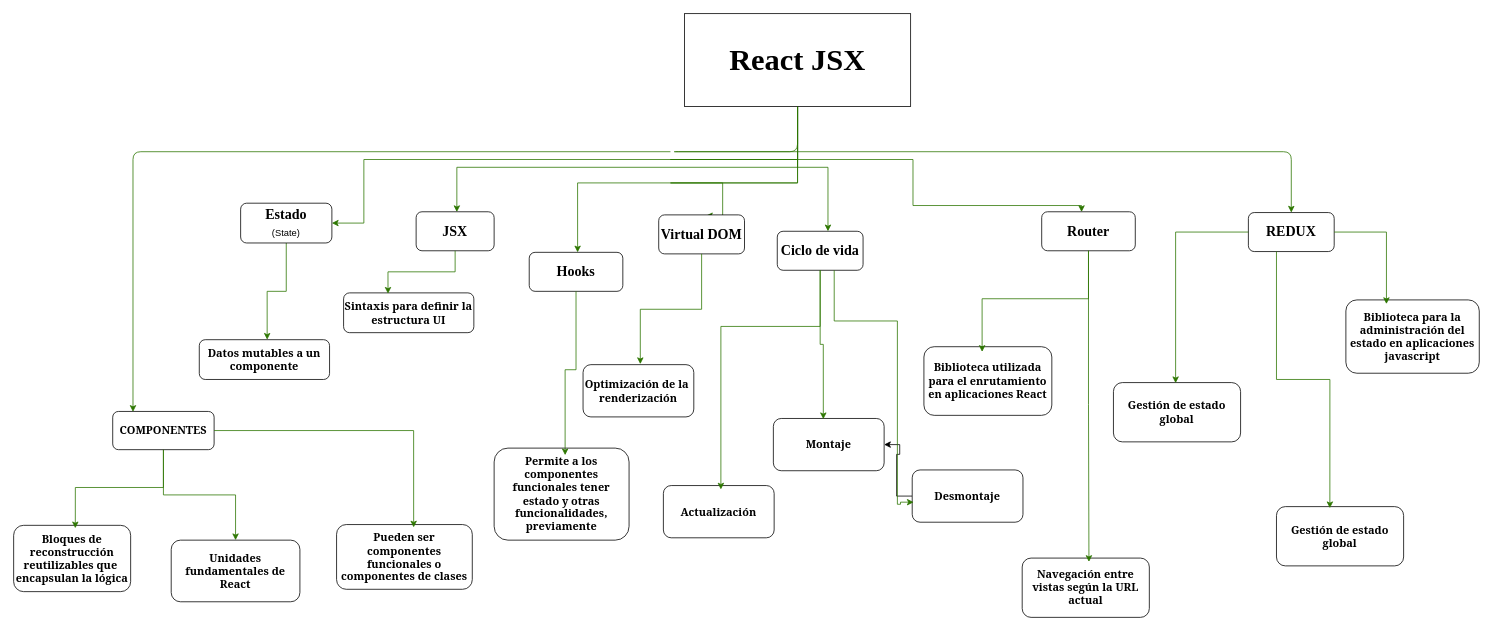
This is Mapa mental sobre Hitos del conflicto armado en Colombia en los últimos 50 años..drawio from Javierprada/Mapa-mental---Conflicto-armado-en-Colombia-ltimos-50-a-os-, a draw.io file, before an edit. Source tidied: cells renumbered, new cells numbered last; positions are measured from the earlier drawing's top-left corner, leaving out a move shared by most shapes. Both pictures are drawn from the tidied source at 78%, with x=0, y=0 at pixel (13, 13).
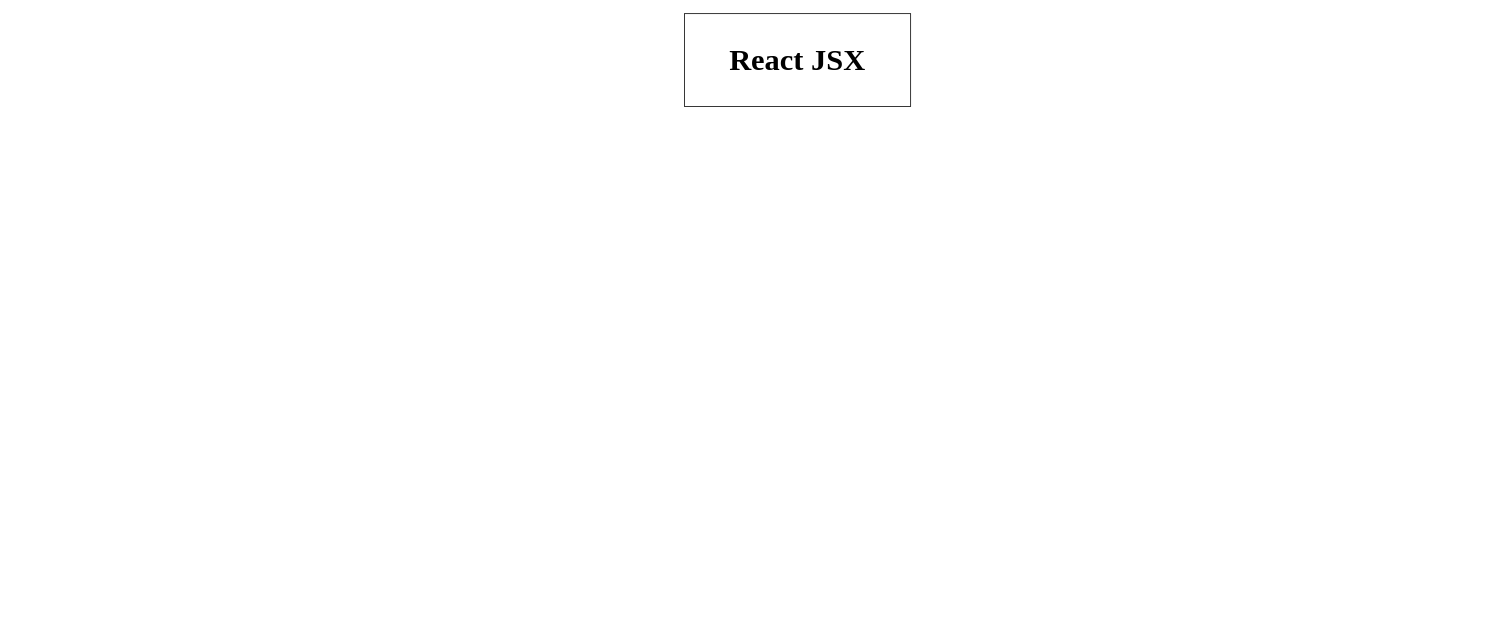
Above is the later version.

Commit message:
Mapa mental / HUMANIDADES.drawio

The change refers to these unchanged cells:
```xml
<mxCell id="11" value="&lt;h2&gt;&lt;font face=&quot;Times New Roman&quot; style=&quot;vertical-align: inherit; color: light-dark(rgb(0, 0, 0), rgb(0, 204, 0)); font-size: 39px;&quot;&gt;React JSX&lt;/font&gt;&lt;/h2&gt;" style="rounded=0;whiteSpace=wrap;html=1;labelBackgroundColor=none;" parent="1" vertex="1">
  <mxGeometry x="860" width="290" height="119" as="geometry" />
</mxCell>
```

What changed in the source:
```diff
@@
-    <mxCell id="2" style="edgeStyle=orthogonalEdgeStyle;rounded=0;jettySize=auto;html=1;fillColor=#60a917;strokeColor=#2D7600;" parent="1" edge="1" source="3" target="21">
-      <mxGeometry relative="1" as="geometry" />
-    </mxCell>
-    <mxCell id="3" value="&lt;h3&gt;&lt;font face=&quot;Georgia&quot; style=&quot;vertical-align: inherit; color: light-dark(rgb(0, 0, 0), rgb(204, 204, 0));&quot;&gt;COMPONENTES&lt;/font&gt;&lt;/h3&gt;" style="rounded=1;whiteSpace=wrap;html=1;labelBackgroundColor=none;" parent="1" vertex="1">
-      <mxGeometry x="127" y="510" width="130" height="49" as="geometry" />
-    </mxCell>
-    <mxCell id="4" style="edgeStyle=orthogonalEdgeStyle;rounded=1;orthogonalLoop=1;jettySize=auto;html=1;fontColor=default;labelBackgroundColor=none;fillColor=#60a917;strokeColor=#2D7600;curved=0;" parent="1" edge="1">
-      <mxGeometry relative="1" as="geometry">
-        <mxPoint x="842" y="177" as="sourcePoint" />
-        <mxPoint x="153" y="510.5" as="targetPoint" />
-        <Array as="points">
-          <mxPoint x="153" y="177" />
-        </Array>
-      </mxGeometry>
-    </mxCell>
-    <mxCell id="5" style="edgeStyle=orthogonalEdgeStyle;rounded=0;jettySize=auto;html=1;fontColor=default;labelBackgroundColor=none;fillColor=#60a917;strokeColor=#2D7600;" parent="1" edge="1" source="11" target="14">
-      <mxGeometry relative="1" as="geometry">
-        <Array as="points">
-          <mxPoint x="1005" y="187" />
-          <mxPoint x="449" y="187" />
-        </Array>
-      </mxGeometry>
-    </mxCell>
-    <mxCell id="6" style="edgeStyle=orthogonalEdgeStyle;rounded=0;jettySize=auto;html=1;fontColor=default;labelBackgroundColor=none;fillColor=#60a917;strokeColor=#2D7600;entryX=0.522;entryY=0.007;entryDx=0;entryDy=0;entryPerimeter=0;" parent="1" edge="1" source="11" target="12">
-      <mxGeometry relative="1" as="geometry">
-        <Array as="points">
-          <mxPoint x="1005" y="197" />
-          <mxPoint x="568" y="197" />
-        </Array>
-      </mxGeometry>
-    </mxCell>
-    <mxCell id="7" style="edgeStyle=orthogonalEdgeStyle;rounded=0;jettySize=auto;html=1;fontColor=default;labelBackgroundColor=none;fillColor=#60a917;strokeColor=#2D7600;entryX=0.517;entryY=0;entryDx=0;entryDy=0;entryPerimeter=0;" parent="1" edge="1" source="11" target="17">
-      <mxGeometry relative="1" as="geometry">
-        <Array as="points">
-          <mxPoint x="842" y="217" />
-          <mxPoint x="724" y="217" />
-        </Array>
-      </mxGeometry>
-    </mxCell>
-    <mxCell id="8" style="edgeStyle=orthogonalEdgeStyle;rounded=1;jettySize=auto;html=1;fontColor=default;labelBackgroundColor=none;fillColor=#60a917;strokeColor=#2D7600;curved=0;" parent="1" edge="1" source="11" target="19">
-      <mxGeometry relative="1" as="geometry">
-        <Array as="points">
-          <mxPoint x="842" y="177" />
-          <mxPoint x="1728" y="177" />
-        </Array>
-      </mxGeometry>
-    </mxCell>
-    <mxCell id="9" style="edgeStyle=orthogonalEdgeStyle;rounded=0;jettySize=auto;html=1;fontColor=default;labelBackgroundColor=none;fillColor=#60a917;strokeColor=#2D7600;entryX=0.426;entryY=0.006;entryDx=0;entryDy=0;entryPerimeter=0;" parent="1" edge="1" source="11" target="18">
-      <mxGeometry relative="1" as="geometry">
-        <Array as="points">
-          <mxPoint x="842" y="187" />
-          <mxPoint x="1153" y="187" />
-          <mxPoint x="1153" y="246" />
-          <mxPoint x="1380" y="246" />
-        </Array>
-      </mxGeometry>
-    </mxCell>
-    <mxCell id="10" style="edgeStyle=orthogonalEdgeStyle;rounded=0;jettySize=auto;html=1;fontColor=default;labelBackgroundColor=none;fillColor=#60a917;strokeColor=#2D7600;entryX=0.552;entryY=0.02;entryDx=0;entryDy=0;entryPerimeter=0;" parent="1" edge="1" source="11" target="16">
-      <mxGeometry relative="1" as="geometry">
-        <Array as="points">
-          <mxPoint x="842" y="217" />
-          <mxPoint x="909" y="217" />
-          <mxPoint x="909" y="227" />
-        </Array>
-      </mxGeometry>
-    </mxCell>
@@
-    <mxCell id="12" value="&lt;h2&gt;&lt;font face=&quot;Times New Roman&quot; style=&quot;vertical-align: inherit; color: light-dark(rgb(0, 0, 0), rgb(204, 204, 0));&quot;&gt;JSX&lt;/font&gt;&lt;/h2&gt;" style="rounded=1;whiteSpace=wrap;html=1;labelBackgroundColor=none;" parent="1" vertex="1">
-      <mxGeometry x="516" y="254" width="100" height="50" as="geometry" />
-    </mxCell>
-    <mxCell id="13" style="edgeStyle=orthogonalEdgeStyle;rounded=0;jettySize=auto;html=1;fillColor=#60a917;strokeColor=#2D7600;entryX=0.521;entryY=0;entryDx=0;entryDy=0;entryPerimeter=0;" parent="1" edge="1" source="14" target="24">
-      <mxGeometry relative="1" as="geometry" />
-    </mxCell>
-    <mxCell id="14" value="&lt;h2&gt;&lt;font style=&quot;vertical-align: inherit; color: light-dark(rgb(0, 0, 0), rgb(204, 204, 0));&quot;&gt;&lt;font face=&quot;Times New Roman&quot;&gt;Estado&lt;br&gt;&lt;/font&gt;&lt;/font&gt;&lt;span style=&quot;background-color: transparent; color: light-dark(rgb(0, 0, 0), rgb(204, 204, 0)); font-size: 12px; font-weight: normal;&quot;&gt;(State)&lt;/span&gt;&lt;/h2&gt;" style="rounded=1;whiteSpace=wrap;html=1;labelBackgroundColor=none;" parent="1" vertex="1">
-      <mxGeometry x="291" y="243" width="117" height="51" as="geometry" />
-    </mxCell>
-    <mxCell id="15" value="&lt;h2&gt;&lt;font face=&quot;Times New Roman&quot; style=&quot;vertical-align: inherit; color: light-dark(rgb(0, 0, 0), rgb(204, 204, 0));&quot;&gt;Ciclo de vida&lt;/font&gt;&lt;/h2&gt;" style="rounded=1;whiteSpace=wrap;html=1;labelBackgroundColor=none;" parent="1" vertex="1">
-      <mxGeometry x="979" y="279" width="110" height="50" as="geometry" />
-    </mxCell>
-    <mxCell id="16" value="&lt;h2&gt;&lt;font face=&quot;Times New Roman&quot; style=&quot;color: light-dark(rgb(0, 0, 0), rgb(204, 204, 0));&quot;&gt;Virtual DOM&lt;/font&gt;&lt;/h2&gt;" style="rounded=1;whiteSpace=wrap;html=1;labelBackgroundColor=none;" parent="1" vertex="1">
-      <mxGeometry x="827" y="258" width="110" height="50" as="geometry" />
-    </mxCell>
-    <mxCell id="17" value="&lt;h2&gt;&lt;font face=&quot;Times New Roman&quot; style=&quot;color: light-dark(rgb(0, 0, 0), rgb(204, 204, 0));&quot;&gt;Hooks&lt;/font&gt;&lt;/h2&gt;" style="rounded=1;whiteSpace=wrap;html=1;labelBackgroundColor=none;" parent="1" vertex="1">
-      <mxGeometry x="661" y="306" width="120" height="50" as="geometry" />
-    </mxCell>
-    <mxCell id="18" value="&lt;h2&gt;&lt;font face=&quot;Times New Roman&quot;&gt;&lt;font style=&quot;color: light-dark(rgb(0, 0, 0), rgb(204, 204, 0));&quot;&gt;Router&lt;/font&gt;&lt;/font&gt;&lt;br&gt;&lt;/h2&gt;" style="rounded=1;whiteSpace=wrap;html=1;labelBackgroundColor=none;" parent="1" vertex="1">
-      <mxGeometry x="1318" y="254" width="120" height="50" as="geometry" />
-    </mxCell>
-    <mxCell id="19" value="&lt;h2&gt;&lt;font face=&quot;Times New Roman&quot; style=&quot;color: light-dark(rgb(0, 0, 0), rgb(204, 204, 0));&quot;&gt;REDUX&lt;/font&gt;&lt;/h2&gt;" style="rounded=1;whiteSpace=wrap;html=1;labelBackgroundColor=none;" parent="1" vertex="1">
-      <mxGeometry x="1583" y="255" width="110" height="50" as="geometry" />
-    </mxCell>
-    <mxCell id="20" value="&lt;font face=&quot;Georgia&quot; style=&quot;color: light-dark(rgb(0, 0, 0), rgb(0, 255, 255)); font-size: 14px;&quot;&gt;&lt;b&gt;Optimización de la&amp;nbsp;&lt;br&gt;renderización&lt;/b&gt;&lt;/font&gt;" style="rounded=1;whiteSpace=wrap;html=1;labelBackgroundColor=none;" parent="1" vertex="1">
-      <mxGeometry x="730" y="450" width="142" height="67" as="geometry" />
-    </mxCell>
-    <mxCell id="21" value="&lt;h3&gt;&lt;font style=&quot;color: light-dark(rgb(0, 0, 0), rgb(0, 255, 255));&quot; face=&quot;Georgia&quot;&gt;Unidades fundamentales de React&lt;/font&gt;&lt;/h3&gt;" style="rounded=1;whiteSpace=wrap;html=1;labelBackgroundColor=none;" parent="1" vertex="1">
-      <mxGeometry x="202" y="675" width="165" height="79" as="geometry" />
-    </mxCell>
-    <mxCell id="22" value="&lt;h3&gt;&lt;font style=&quot;color: light-dark(rgb(0, 0, 0), rgb(0, 255, 255));&quot; face=&quot;Georgia&quot;&gt;Bloques de reconstrucción reutilizables que&amp;nbsp;&lt;br&gt;encapsulan la lógica&lt;/font&gt;&lt;/h3&gt;" style="rounded=1;whiteSpace=wrap;html=1;labelBackgroundColor=none;" parent="1" vertex="1">
-      <mxGeometry y="656" width="150" height="85" as="geometry" />
-    </mxCell>
-    <mxCell id="23" value="&lt;h3&gt;&lt;font style=&quot;color: light-dark(rgb(0, 0, 0), rgb(0, 255, 255));&quot; face=&quot;Georgia&quot;&gt;Pueden ser componentes funcionales o componentes de clases&lt;/font&gt;&lt;/h3&gt;" style="rounded=1;whiteSpace=wrap;html=1;labelBackgroundColor=none;" parent="1" vertex="1">
-      <mxGeometry x="414" y="655" width="174" height="83" as="geometry" />
-    </mxCell>
-    <mxCell id="24" value="&lt;h3&gt;&lt;font style=&quot;color: light-dark(rgb(0, 0, 0), rgb(0, 255, 255));&quot; face=&quot;Georgia&quot;&gt;Datos mutables a un componente&lt;/font&gt;&lt;/h3&gt;" style="rounded=1;whiteSpace=wrap;html=1;labelBackgroundColor=none;" parent="1" vertex="1">
-      <mxGeometry x="238" y="418" width="167" height="51" as="geometry" />
-    </mxCell>
-    <mxCell id="25" value="&lt;h3&gt;&lt;font style=&quot;color: light-dark(rgb(0, 0, 0), rgb(0, 255, 255));&quot; face=&quot;Georgia&quot;&gt;Sintaxis para definir la estructura UI&lt;/font&gt;&lt;/h3&gt;" style="rounded=1;whiteSpace=wrap;html=1;labelBackgroundColor=none;" parent="1" vertex="1">
-      <mxGeometry x="423" y="358" width="167" height="51" as="geometry" />
-    </mxCell>
-    <mxCell id="26" style="edgeStyle=orthogonalEdgeStyle;rounded=0;jettySize=auto;html=1;entryX=0.341;entryY=0.02;entryDx=0;entryDy=0;entryPerimeter=0;fillColor=#60a917;strokeColor=#2D7600;" parent="1" edge="1" source="12" target="25">
-      <mxGeometry relative="1" as="geometry" />
-    </mxCell>
-    <mxCell id="27" style="edgeStyle=orthogonalEdgeStyle;rounded=0;jettySize=auto;html=1;entryX=0.517;entryY=-0.011;entryDx=0;entryDy=0;entryPerimeter=0;fillColor=#60a917;strokeColor=#2D7600;jumpSize=26;" parent="1" edge="1" source="16" target="20">
-      <mxGeometry relative="1" as="geometry" />
-    </mxCell>
-    <mxCell id="28" value="&lt;font face=&quot;Georgia&quot; style=&quot;color: light-dark(rgb(0, 0, 0), rgb(0, 255, 255)); font-size: 14px;&quot;&gt;&lt;b&gt;Permite a los componentes funcionales tener estado y otras funcionalidades, previamente&lt;/b&gt;&lt;/font&gt;" style="rounded=1;whiteSpace=wrap;html=1;labelBackgroundColor=none;" parent="1" vertex="1">
-      <mxGeometry x="616" y="557" width="173" height="118" as="geometry" />
-    </mxCell>
-    <mxCell id="29" value="&lt;font style=&quot;color: light-dark(rgb(0, 0, 0), rgb(0, 255, 255));&quot; face=&quot;Georgia&quot;&gt;&lt;span style=&quot;font-size: 14px;&quot;&gt;&lt;b style=&quot;&quot;&gt;Montaje&lt;/b&gt;&lt;/span&gt;&lt;/font&gt;" style="rounded=1;whiteSpace=wrap;html=1;labelBackgroundColor=none;" parent="1" vertex="1">
-      <mxGeometry x="974" y="519" width="142" height="67" as="geometry" />
-    </mxCell>
-    <mxCell id="30" style="edgeStyle=orthogonalEdgeStyle;rounded=0;jettySize=auto;html=1;" parent="1" edge="1" source="31" target="29">
-      <mxGeometry relative="1" as="geometry" />
-    </mxCell>
-    <mxCell id="31" value="&lt;font style=&quot;color: light-dark(rgb(0, 0, 0), rgb(0, 255, 255));&quot; face=&quot;Georgia&quot;&gt;&lt;span style=&quot;font-size: 14px;&quot;&gt;&lt;b style=&quot;&quot;&gt;Desmontaje&lt;/b&gt;&lt;/span&gt;&lt;/font&gt;" style="rounded=1;whiteSpace=wrap;html=1;labelBackgroundColor=none;" parent="1" vertex="1">
-      <mxGeometry x="1152" y="585" width="142" height="67" as="geometry" />
-    </mxCell>
-    <mxCell id="32" value="&lt;font style=&quot;color: light-dark(rgb(0, 0, 0), rgb(0, 255, 255));&quot; face=&quot;Georgia&quot;&gt;&lt;span style=&quot;font-size: 14px;&quot;&gt;&lt;b style=&quot;&quot;&gt;Actualización&lt;/b&gt;&lt;/span&gt;&lt;/font&gt;" style="rounded=1;whiteSpace=wrap;html=1;labelBackgroundColor=none;" parent="1" vertex="1">
-      <mxGeometry x="833" y="605" width="142" height="67" as="geometry" />
-    </mxCell>
-    <mxCell id="33" style="edgeStyle=orthogonalEdgeStyle;rounded=0;jettySize=auto;html=1;fillColor=#60a917;strokeColor=#2D7600;" parent="1" edge="1" source="11" target="15">
-      <mxGeometry relative="1" as="geometry">
-        <Array as="points">
-          <mxPoint x="1005" y="197" />
-          <mxPoint x="1044" y="197" />
-        </Array>
-      </mxGeometry>
-    </mxCell>
-    <mxCell id="34" style="edgeStyle=orthogonalEdgeStyle;rounded=0;jettySize=auto;html=1;entryX=0.451;entryY=0.013;entryDx=0;entryDy=0;entryPerimeter=0;fillColor=#60a917;strokeColor=#2D7600;" parent="1" edge="1" source="15" target="29">
-      <mxGeometry relative="1" as="geometry" />
-    </mxCell>
-    <mxCell id="35" style="edgeStyle=orthogonalEdgeStyle;rounded=0;jettySize=auto;html=1;entryX=0.519;entryY=0.075;entryDx=0;entryDy=0;entryPerimeter=0;fillColor=#60a917;strokeColor=#2D7600;" parent="1" edge="1" source="15" target="32">
-      <mxGeometry relative="1" as="geometry">
-        <Array as="points">
-          <mxPoint x="1034" y="401" />
-          <mxPoint x="907" y="401" />
-        </Array>
-      </mxGeometry>
-    </mxCell>
-    <mxCell id="36" style="edgeStyle=orthogonalEdgeStyle;rounded=0;jettySize=auto;html=1;entryX=0.527;entryY=0.044;entryDx=0;entryDy=0;entryPerimeter=0;fillColor=#60a917;strokeColor=#2D7600;" parent="1" edge="1" source="3" target="22">
-      <mxGeometry relative="1" as="geometry" />
-    </mxCell>
-    <mxCell id="37" style="edgeStyle=orthogonalEdgeStyle;rounded=0;jettySize=auto;html=1;entryX=0.568;entryY=0.044;entryDx=0;entryDy=0;entryPerimeter=0;fillColor=#60a917;strokeColor=#2D7600;" parent="1" edge="1" source="3" target="23">
-      <mxGeometry relative="1" as="geometry" />
-    </mxCell>
-    <mxCell id="38" value="&lt;font style=&quot;color: light-dark(rgb(0, 0, 0), rgb(0, 255, 255));&quot; face=&quot;Georgia&quot;&gt;&lt;span style=&quot;font-size: 14px;&quot;&gt;&lt;b style=&quot;&quot;&gt;Biblioteca utilizada para el enrutamiento en aplicaciones React&lt;/b&gt;&lt;/span&gt;&lt;/font&gt;" style="rounded=1;whiteSpace=wrap;html=1;labelBackgroundColor=none;" parent="1" vertex="1">
-      <mxGeometry x="1167" y="427" width="164" height="88" as="geometry" />
-    </mxCell>
-    <mxCell id="39" value="&lt;font style=&quot;color: light-dark(rgb(0, 0, 0), rgb(0, 255, 255));&quot; face=&quot;Georgia&quot;&gt;&lt;span style=&quot;font-size: 14px;&quot;&gt;&lt;b style=&quot;&quot;&gt;Navegación entre vistas según la URL actual&lt;/b&gt;&lt;/span&gt;&lt;/font&gt;" style="rounded=1;whiteSpace=wrap;html=1;labelBackgroundColor=none;" parent="1" vertex="1">
-      <mxGeometry x="1293" y="698" width="163" height="76" as="geometry" />
-    </mxCell>
-    <mxCell id="40" style="edgeStyle=orthogonalEdgeStyle;rounded=0;jettySize=auto;html=1;entryX=0.455;entryY=0.075;entryDx=0;entryDy=0;entryPerimeter=0;fillColor=#60a917;strokeColor=#2D7600;" parent="1" edge="1" source="18" target="38">
-      <mxGeometry relative="1" as="geometry" />
-    </mxCell>
-    <mxCell id="41" style="edgeStyle=orthogonalEdgeStyle;rounded=0;jettySize=auto;html=1;entryX=0.525;entryY=0.064;entryDx=0;entryDy=0;entryPerimeter=0;fillColor=#60a917;strokeColor=#2D7600;" parent="1" edge="1" source="18" target="39">
-      <mxGeometry relative="1" as="geometry" />
-    </mxCell>
-    <mxCell id="42" value="&lt;font style=&quot;color: light-dark(rgb(0, 0, 0), rgb(0, 255, 255));&quot; face=&quot;Georgia&quot;&gt;&lt;span style=&quot;font-size: 14px;&quot;&gt;&lt;b style=&quot;&quot;&gt;Gestión de estado global&lt;/b&gt;&lt;/span&gt;&lt;/font&gt;" style="rounded=1;whiteSpace=wrap;html=1;labelBackgroundColor=none;" parent="1" vertex="1">
-      <mxGeometry x="1410" y="473" width="163" height="76" as="geometry" />
-    </mxCell>
-    <mxCell id="43" value="&lt;font style=&quot;color: light-dark(rgb(0, 0, 0), rgb(0, 255, 255));&quot; face=&quot;Georgia&quot;&gt;&lt;span style=&quot;font-size: 14px;&quot;&gt;&lt;b style=&quot;&quot;&gt;Gestión de estado global&lt;/b&gt;&lt;/span&gt;&lt;/font&gt;" style="rounded=1;whiteSpace=wrap;html=1;labelBackgroundColor=none;" parent="1" vertex="1">
-      <mxGeometry x="1619" y="632" width="163" height="76" as="geometry" />
-    </mxCell>
-    <mxCell id="44" style="edgeStyle=orthogonalEdgeStyle;rounded=0;jettySize=auto;html=1;entryX=0.489;entryY=0.009;entryDx=0;entryDy=0;entryPerimeter=0;fillColor=#60a917;strokeColor=#2D7600;" parent="1" edge="1" source="19" target="42">
-      <mxGeometry relative="1" as="geometry" />
-    </mxCell>
-    <mxCell id="45" style="edgeStyle=orthogonalEdgeStyle;rounded=0;jettySize=auto;html=1;entryX=0.42;entryY=0.026;entryDx=0;entryDy=0;entryPerimeter=0;fillColor=#60a917;strokeColor=#2D7600;" parent="1" edge="1" source="19" target="43">
-      <mxGeometry relative="1" as="geometry">
-        <Array as="points">
-          <mxPoint x="1619" y="469" />
-          <mxPoint x="1688" y="469" />
-        </Array>
-      </mxGeometry>
-    </mxCell>
-    <mxCell id="46" value="&lt;font style=&quot;color: light-dark(rgb(0, 0, 0), rgb(0, 255, 255));&quot; face=&quot;Georgia&quot;&gt;&lt;span style=&quot;font-size: 14px;&quot;&gt;&lt;b style=&quot;&quot;&gt;Biblioteca para la administración del estado en aplicaciones javascript&lt;/b&gt;&lt;/span&gt;&lt;/font&gt;" style="rounded=1;whiteSpace=wrap;html=1;labelBackgroundColor=none;" parent="1" vertex="1">
-      <mxGeometry x="1708" y="367" width="171" height="94" as="geometry" />
-    </mxCell>
-    <mxCell id="47" style="edgeStyle=orthogonalEdgeStyle;rounded=0;jettySize=auto;html=1;entryX=0.304;entryY=0.056;entryDx=0;entryDy=0;entryPerimeter=0;fillColor=#60a917;strokeColor=#2D7600;" parent="1" edge="1" source="19" target="46">
-      <mxGeometry relative="1" as="geometry" />
-    </mxCell>
-    <mxCell id="48" style="edgeStyle=orthogonalEdgeStyle;rounded=0;jettySize=auto;html=1;entryX=0.526;entryY=0.077;entryDx=0;entryDy=0;entryPerimeter=0;fillColor=#60a917;strokeColor=#2D7600;" parent="1" edge="1" source="17" target="28">
-      <mxGeometry relative="1" as="geometry" />
-    </mxCell>
-    <mxCell id="49" style="edgeStyle=orthogonalEdgeStyle;rounded=0;jettySize=auto;html=1;entryX=0.013;entryY=0.617;entryDx=0;entryDy=0;entryPerimeter=0;fillColor=#60a917;strokeColor=#2D7600;" parent="1" edge="1" target="31">
-      <mxGeometry relative="1" as="geometry">
-        <mxPoint x="1052" y="329" as="sourcePoint" />
-        <Array as="points">
-          <mxPoint x="1052" y="394" />
-          <mxPoint x="1133" y="394" />
-          <mxPoint x="1133" y="629" />
-          <mxPoint x="1137" y="629" />
-          <mxPoint x="1137" y="626" />
-        </Array>
-      </mxGeometry>
-    </mxCell>
```
